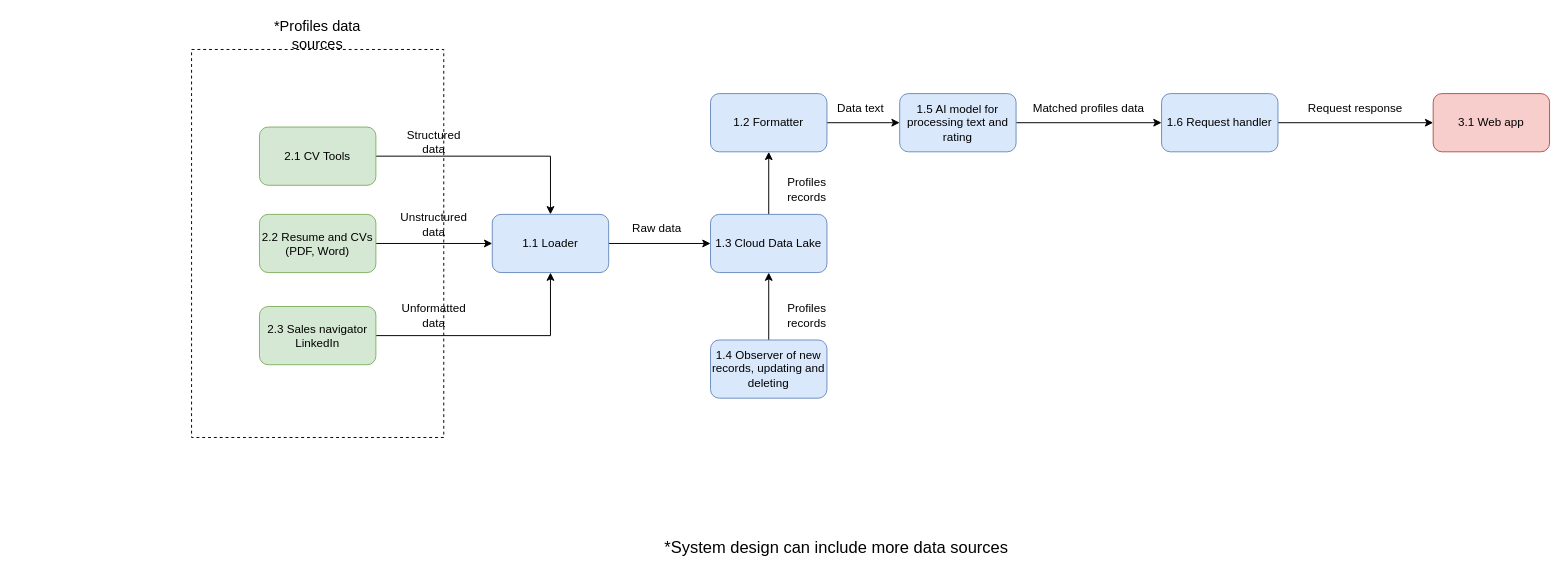
This is page "LVL-1" (2 of 3) of architecture.drawio from pipemohz/magnus, a draw.io file, before an edit. Source tidied: cells renumbered, new cells numbered last; positions are measured from the earlier drawing's top-left corner, leaving out a move shared by most shapes. Both pictures are drawn from the tidied source at 97%, with x=0, y=0 at pixel (191, 19).
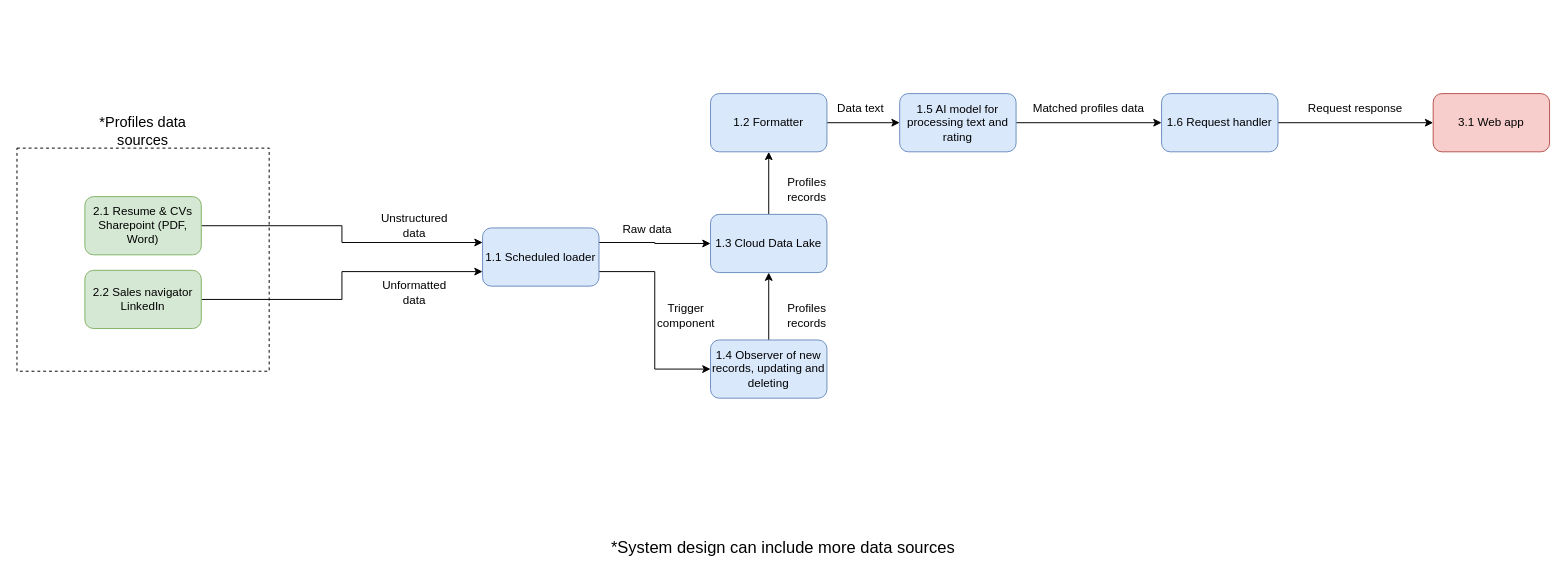
Above is the later version.

Unchanged cells that the change refers to:
```xml
<mxCell id="13" value="1.3 Cloud Data Lake" style="rounded=1;whiteSpace=wrap;html=1;fillColor=#dae8fc;strokeColor=#6c8ebf;" parent="1" vertex="1">
  <mxGeometry x="535" y="200.5" width="120" height="60" as="geometry" />
</mxCell>
<mxCell id="15" value="1.4&amp;nbsp;Observer of new records, updating and deleting" style="rounded=1;whiteSpace=wrap;html=1;fillColor=#dae8fc;strokeColor=#6c8ebf;" parent="1" vertex="1">
  <mxGeometry x="535" y="330" width="120" height="60" as="geometry" />
</mxCell>
```

Diff of the diagram source:
```diff
@@
-    <mxCell id="2" style="rounded=0;whiteSpace=wrap;html=1;dashed=1;" parent="1" vertex="1">
-      <mxGeometry y="30.5" width="260" height="400" as="geometry" />
-    </mxCell>
-    <mxCell id="3" value="&lt;font style=&quot;font-size: 15px;&quot;&gt;*Profiles data sources&lt;/font&gt;" style="text;html=1;strokeColor=none;fillColor=none;align=center;verticalAlign=middle;whiteSpace=wrap;rounded=0;" parent="1" vertex="1">
-      <mxGeometry x="80" width="100" height="30" as="geometry" />
-    </mxCell>
-    <mxCell id="4" style="edgeStyle=orthogonalEdgeStyle;rounded=0;jettySize=auto;html=1;exitX=1;exitY=0.5;exitDx=0;exitDy=0;entryX=0.5;entryY=0;entryDx=0;entryDy=0;" parent="1" edge="1" source="5" target="28">
-      <mxGeometry relative="1" as="geometry" />
-    </mxCell>
-    <mxCell id="5" value="2.1 CV Tools" style="rounded=1;whiteSpace=wrap;html=1;fillColor=#d5e8d4;strokeColor=#82b366;" parent="1" vertex="1">
-      <mxGeometry x="70" y="110.5" width="120" height="60" as="geometry" />
-    </mxCell>
-    <mxCell id="6" style="edgeStyle=orthogonalEdgeStyle;rounded=0;jettySize=auto;html=1;exitX=1;exitY=0.5;exitDx=0;exitDy=0;" parent="1" edge="1" source="7" target="28">
-      <mxGeometry relative="1" as="geometry" />
-    </mxCell>
-    <mxCell id="7" value="2.2 Resume and CVs (PDF, Word)" style="rounded=1;whiteSpace=wrap;html=1;fillColor=#d5e8d4;strokeColor=#82b366;" parent="1" vertex="1">
-      <mxGeometry x="70" y="200.5" width="120" height="60" as="geometry" />
-    </mxCell>
-    <mxCell id="8" style="edgeStyle=orthogonalEdgeStyle;rounded=0;jettySize=auto;html=1;exitX=1;exitY=0.5;exitDx=0;exitDy=0;entryX=0.5;entryY=1;entryDx=0;entryDy=0;" parent="1" edge="1" source="9" target="28">
-      <mxGeometry relative="1" as="geometry" />
-    </mxCell>
-    <mxCell id="9" value="2.3 Sales navigator LinkedIn" style="rounded=1;whiteSpace=wrap;html=1;fillColor=#d5e8d4;strokeColor=#82b366;" parent="1" vertex="1">
-      <mxGeometry x="70" y="295.5" width="120" height="60" as="geometry" />
-    </mxCell>
-    <mxCell id="10" value="Structured data" style="text;html=1;strokeColor=none;fillColor=none;align=center;verticalAlign=middle;whiteSpace=wrap;rounded=0;" parent="1" vertex="1">
-      <mxGeometry x="220" y="110.5" width="60" height="30" as="geometry" />
-    </mxCell>
-    <mxCell id="11" value="Unstructured data" style="text;html=1;strokeColor=none;fillColor=none;align=center;verticalAlign=middle;whiteSpace=wrap;rounded=0;" parent="1" vertex="1">
-      <mxGeometry x="220" y="195.5" width="60" height="30" as="geometry" />
-    </mxCell>
@@
     <mxCell id="26" value="Raw data" style="text;html=1;strokeColor=none;fillColor=none;align=center;verticalAlign=middle;whiteSpace=wrap;rounded=0;" parent="1" vertex="1">
-      <mxGeometry x="450" y="200" width="60" height="30" as="geometry" />
+      <mxGeometry x="440" y="200.5" width="60" height="30" as="geometry" />
     </mxCell>
-    <mxCell id="27" style="edgeStyle=orthogonalEdgeStyle;rounded=0;jettySize=auto;html=1;exitX=1;exitY=0.5;exitDx=0;exitDy=0;" parent="1" edge="1" source="28" target="13">
+    <mxCell id="27" style="edgeStyle=orthogonalEdgeStyle;rounded=0;jettySize=auto;html=1;exitX=1;exitY=0.25;exitDx=0;exitDy=0;entryX=0;entryY=0.5;entryDx=0;entryDy=0;" parent="1" edge="1" source="28" target="13">
       <mxGeometry relative="1" as="geometry" />
     </mxCell>
+    <mxCell id="33" style="edgeStyle=orthogonalEdgeStyle;rounded=0;jettySize=auto;html=1;exitX=1;exitY=0.75;exitDx=0;exitDy=0;entryX=0;entryY=0.5;entryDx=0;entryDy=0;" parent="1" edge="1" source="28" target="15">
+      <mxGeometry relative="1" as="geometry" />
+    </mxCell>
-    <mxCell id="28" value="1.1 Loader" style="rounded=1;whiteSpace=wrap;html=1;fillColor=#dae8fc;strokeColor=#6c8ebf;" parent="1" vertex="1">
-      <mxGeometry x="310" y="200.5" width="120" height="60" as="geometry" />
+    <mxCell id="28" value="1.1 Scheduled loader" style="rounded=1;whiteSpace=wrap;html=1;fillColor=#dae8fc;strokeColor=#6c8ebf;" parent="1" vertex="1">
+      <mxGeometry x="300" y="214.5" width="120" height="60" as="geometry" />
     </mxCell>
-    <mxCell id="29" value="Unformatted data" style="text;html=1;strokeColor=none;fillColor=none;align=center;verticalAlign=middle;whiteSpace=wrap;rounded=0;" parent="1" vertex="1">
-      <mxGeometry x="220" y="290" width="60" height="30" as="geometry" />
-    </mxCell>
@@
     <mxCell id="32" value="&lt;font style=&quot;font-size: 17px;&quot;&gt;*System design can include more data sources&lt;/font&gt;" style="text;html=1;strokeColor=none;fillColor=none;align=center;verticalAlign=middle;whiteSpace=wrap;rounded=0;" parent="1" vertex="1">
-      <mxGeometry y="530" width="1330" height="30" as="geometry" />
+      <mxGeometry x="-180" y="530" width="1580" height="30" as="geometry" />
     </mxCell>
+    <mxCell id="34" value="Trigger&lt;br&gt;component" style="text;html=1;strokeColor=none;fillColor=none;align=center;verticalAlign=middle;whiteSpace=wrap;rounded=0;" parent="1" vertex="1">
+      <mxGeometry x="480" y="290" width="60" height="30" as="geometry" />
+    </mxCell>
+    <mxCell id="35" style="rounded=0;whiteSpace=wrap;html=1;dashed=1;" parent="1" vertex="1">
+      <mxGeometry x="-180" y="132.2" width="260" height="230" as="geometry" />
+    </mxCell>
+    <mxCell id="3" value="&lt;font style=&quot;font-size: 15px;&quot;&gt;*Profiles data sources&lt;/font&gt;" style="text;html=1;strokeColor=none;fillColor=none;align=center;verticalAlign=middle;whiteSpace=wrap;rounded=0;" parent="1" vertex="1">
+      <mxGeometry x="-100" y="98.8" width="100" height="30" as="geometry" />
+    </mxCell>
+    <mxCell id="36" style="edgeStyle=orthogonalEdgeStyle;rounded=0;jettySize=auto;html=1;exitX=1;exitY=0.5;exitDx=0;exitDy=0;entryX=0;entryY=0.25;entryDx=0;entryDy=0;" parent="1" edge="1" source="37" target="28">
+      <mxGeometry relative="1" as="geometry" />
+    </mxCell>
+    <mxCell id="37" value="2.1 Resume &amp;amp; CVs Sharepoint (PDF, Word)" style="rounded=1;whiteSpace=wrap;html=1;fillColor=#d5e8d4;strokeColor=#82b366;" parent="1" vertex="1">
+      <mxGeometry x="-110" y="182.2" width="120" height="60" as="geometry" />
+    </mxCell>
+    <mxCell id="38" style="edgeStyle=orthogonalEdgeStyle;rounded=0;jettySize=auto;html=1;exitX=1;exitY=0.5;exitDx=0;exitDy=0;entryX=0;entryY=0.75;entryDx=0;entryDy=0;" parent="1" edge="1" source="39" target="28">
+      <mxGeometry relative="1" as="geometry" />
+    </mxCell>
+    <mxCell id="39" value="2.2 Sales navigator LinkedIn" style="rounded=1;whiteSpace=wrap;html=1;fillColor=#d5e8d4;strokeColor=#82b366;" parent="1" vertex="1">
+      <mxGeometry x="-110" y="258.2" width="120" height="60" as="geometry" />
+    </mxCell>
+    <mxCell id="11" value="Unstructured data" style="text;html=1;strokeColor=none;fillColor=none;align=center;verticalAlign=middle;whiteSpace=wrap;rounded=0;" parent="1" vertex="1">
+      <mxGeometry x="200" y="197.2" width="60" height="30" as="geometry" />
+    </mxCell>
+    <mxCell id="29" value="Unformatted data" style="text;html=1;strokeColor=none;fillColor=none;align=center;verticalAlign=middle;whiteSpace=wrap;rounded=0;" parent="1" vertex="1">
+      <mxGeometry x="200" y="266" width="60" height="30" as="geometry" />
+    </mxCell>
```
